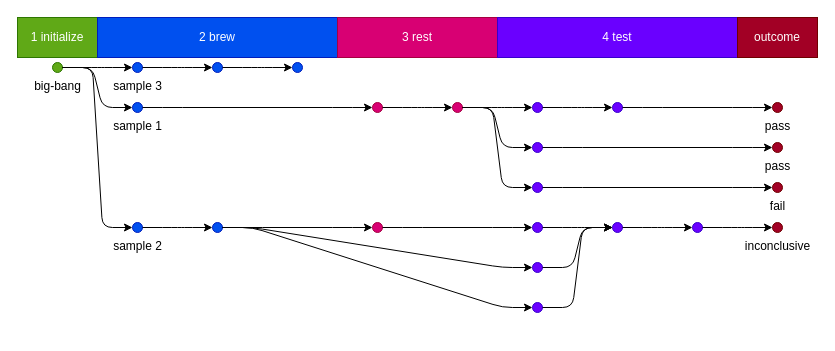
Earlier version of the draw.io diagram tree-from-csv/example/example1.drawio (pauloqueiroga/stage-tree). Source tidied: cells renumbered, new cells numbered last; positions are measured from the earlier drawing's top-left corner, leaving out a move shared by most shapes. Both pictures are drawn from the tidied source at 100%, with x=0, y=0 at pixel (17, 17).
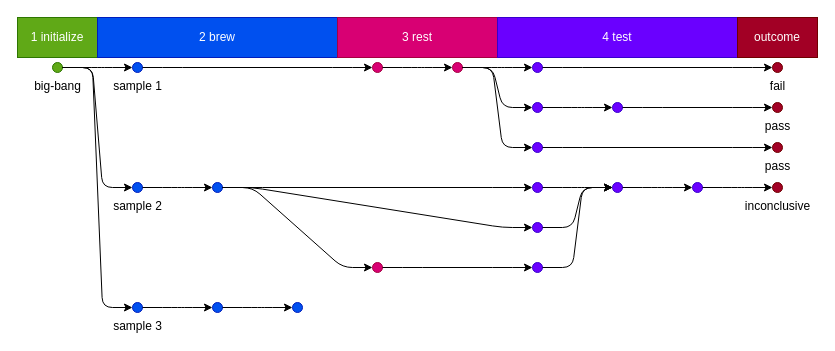
The same diagram, later.

Change to the diagram source:
```diff
@@
-    <mxCell id="2" value="1 initialize" style="whiteSpace=wrap;fontColor=#ffffff;strokeColor=#2D7600;fillColor=#60A917;html=1;" parent="1" vertex="1">
+    <mxCell id="2" value="1 initialize" style="html=1;whiteSpace=wrap;fontColor=#ffffff;fillColor=#60A917;strokeColor=#2D7600;" parent="1" vertex="1">
       <mxGeometry width="80" height="40" as="geometry" />
     </mxCell>
-    <mxCell id="3" value="2 brew" style="whiteSpace=wrap;fontColor=#ffffff;strokeColor=#001DBC;fillColor=#0050ef;html=1;" parent="1" vertex="1">
+    <mxCell id="3" value="2 brew" style="html=1;whiteSpace=wrap;fontColor=#ffffff;strokeColor=#001DBC;fillColor=#0050ef;" parent="1" vertex="1">
       <mxGeometry x="80" width="240" height="40" as="geometry" />
     </mxCell>
-    <mxCell id="4" value="3 rest" style="strokeColor=#A50040;fillColor=#d80073;html=1;whiteSpace=wrap;fontColor=#ffffff;" parent="1" vertex="1">
+    <mxCell id="4" value="3 rest" style="html=1;whiteSpace=wrap;fontColor=#ffffff;strokeColor=#A50040;fillColor=#d80073;" parent="1" vertex="1">
       <mxGeometry x="320" width="160" height="40" as="geometry" />
     </mxCell>
-    <mxCell id="5" value="4 test" style="fontColor=#ffffff;strokeColor=#3700CC;fillColor=#6a00ff;html=1;whiteSpace=wrap;" parent="1" vertex="1">
+    <mxCell id="5" value="4 test" style="html=1;whiteSpace=wrap;fontColor=#ffffff;strokeColor=#3700CC;fillColor=#6a00ff;" parent="1" vertex="1">
       <mxGeometry x="480" width="240" height="40" as="geometry" />
     </mxCell>
@@
-    <mxCell id="7" value="big-bang" style="html=1;labelPosition=center;fontColor=#000000;fillColor=#60A917;ellipse;verticalLabelPosition=bottom;align=center;verticalAlign=top;strokeColor=#2D7600;" parent="1" vertex="1">
+    <mxCell id="7" value="big-bang" style="ellipse;labelPosition=center;align=center;fillColor=#60A917;html=1;verticalLabelPosition=bottom;verticalAlign=top;fontColor=#000000;strokeColor=#2D7600;" parent="1" vertex="1">
       <mxGeometry x="35" y="45" width="10" height="10" as="geometry" />
     </mxCell>
-    <mxCell id="8" value="sample 3" style="verticalAlign=top;fontColor=#000000;strokeColor=#001DBC;fillColor=#0050ef;ellipse;labelPosition=center;align=center;html=1;verticalLabelPosition=bottom;" parent="1" vertex="1">
-      <mxGeometry x="115" y="45" width="10" height="10" as="geometry" />
-    </mxCell>
-    <mxCell id="9" style="verticalLabelPosition=bottom;html=1;align=center;verticalAlign=top;fontColor=#000000;strokeColor=#001DBC;fillColor=#0050ef;ellipse;labelPosition=center;" parent="1" vertex="1">
-      <mxGeometry x="195" y="45" width="10" height="10" as="geometry" />
-    </mxCell>
-    <mxCell id="10" style="verticalLabelPosition=bottom;align=center;verticalAlign=top;fillColor=#0050ef;ellipse;html=1;labelPosition=center;fontColor=#000000;strokeColor=#001DBC;" parent="1" vertex="1">
-      <mxGeometry x="275" y="45" width="10" height="10" as="geometry" />
-    </mxCell>
-    <mxCell id="11" style="edgeStyle=entityRelationEdgeStyle;jettySize=auto;html=1;strokeWidth=1;" parent="1" edge="1" source="9" target="10">
-      <mxGeometry relative="1" as="geometry" />
-    </mxCell>
-    <mxCell id="12" style="strokeWidth=1;edgeStyle=entityRelationEdgeStyle;jettySize=auto;html=1;" parent="1" edge="1" source="8" target="9">
-      <mxGeometry relative="1" as="geometry" />
-    </mxCell>
-    <mxCell id="13" style="edgeStyle=entityRelationEdgeStyle;jettySize=auto;html=1;strokeWidth=1;" parent="1" edge="1" source="7" target="8">
-      <mxGeometry relative="1" as="geometry" />
-    </mxCell>
-    <mxCell id="14" value="sample 1" style="labelPosition=center;html=1;verticalLabelPosition=bottom;align=center;verticalAlign=top;fontColor=#000000;strokeColor=#001DBC;fillColor=#0050ef;ellipse;" parent="1" vertex="1">
-      <mxGeometry x="115" y="85" width="10" height="10" as="geometry" />
+    <mxCell id="14" value="sample 1" style="verticalLabelPosition=bottom;verticalAlign=top;strokeColor=#001DBC;fillColor=#0050ef;ellipse;html=1;labelPosition=center;align=center;fontColor=#000000;" parent="1" vertex="1">
+      <mxGeometry x="115" y="45" width="10" height="10" as="geometry" />
     </mxCell>
-    <mxCell id="15" style="ellipse;labelPosition=center;align=center;verticalAlign=top;fillColor=#d80073;html=1;verticalLabelPosition=bottom;fontColor=#000000;strokeColor=#A50040;" parent="1" vertex="1">
-      <mxGeometry x="355" y="85" width="10" height="10" as="geometry" />
+    <mxCell id="15" style="verticalAlign=top;strokeColor=#A50040;fillColor=#d80073;verticalLabelPosition=bottom;align=center;html=1;labelPosition=center;fontColor=#000000;ellipse;" parent="1" vertex="1">
+      <mxGeometry x="355" y="45" width="10" height="10" as="geometry" />
     </mxCell>
-    <mxCell id="16" style="verticalAlign=top;ellipse;labelPosition=center;align=center;fontColor=#000000;strokeColor=#A50040;fillColor=#d80073;html=1;verticalLabelPosition=bottom;" parent="1" vertex="1">
-      <mxGeometry x="435" y="85" width="10" height="10" as="geometry" />
+    <mxCell id="16" style="verticalAlign=top;strokeColor=#A50040;ellipse;verticalLabelPosition=bottom;align=center;html=1;labelPosition=center;fontColor=#000000;fillColor=#d80073;" parent="1" vertex="1">
+      <mxGeometry x="435" y="45" width="10" height="10" as="geometry" />
     </mxCell>
+    <mxCell id="27" style="ellipse;html=1;labelPosition=center;fontColor=#000000;verticalLabelPosition=bottom;align=center;verticalAlign=top;strokeColor=#3700CC;fillColor=#6a00ff;" parent="1" vertex="1">
+      <mxGeometry x="515" y="45" width="10" height="10" as="geometry" />
+    </mxCell>
+    <mxCell id="28" value="fail" style="labelPosition=center;verticalLabelPosition=bottom;verticalAlign=top;fontColor=#000000;fillColor=#a20025;html=1;align=center;strokeColor=#6F0000;ellipse;" parent="1" vertex="1">
+      <mxGeometry x="755" y="45" width="10" height="10" as="geometry" />
+    </mxCell>
+    <mxCell id="29" style="strokeWidth=1;edgeStyle=entityRelationEdgeStyle;jettySize=auto;html=1;" parent="1" edge="1" source="27" target="28">
+      <mxGeometry relative="1" as="geometry" />
+    </mxCell>
+    <mxCell id="30" style="strokeWidth=1;edgeStyle=entityRelationEdgeStyle;jettySize=auto;html=1;" parent="1" edge="1" source="16" target="27">
+      <mxGeometry relative="1" as="geometry" />
+    </mxCell>
-    <mxCell id="17" style="html=1;labelPosition=center;align=center;fontColor=#000000;strokeColor=#3700CC;fillColor=#6a00ff;ellipse;verticalLabelPosition=bottom;verticalAlign=top;" parent="1" vertex="1">
+    <mxCell id="17" style="verticalAlign=top;fontColor=#000000;ellipse;verticalLabelPosition=bottom;align=center;strokeColor=#3700CC;fillColor=#6a00ff;html=1;labelPosition=center;" parent="1" vertex="1">
       <mxGeometry x="515" y="85" width="10" height="10" as="geometry" />
     </mxCell>
-    <mxCell id="18" style="strokeColor=#3700CC;fillColor=#6a00ff;labelPosition=center;verticalLabelPosition=bottom;html=1;align=center;verticalAlign=top;fontColor=#000000;ellipse;" parent="1" vertex="1">
+    <mxCell id="18" style="ellipse;html=1;labelPosition=center;align=center;fillColor=#6a00ff;verticalLabelPosition=bottom;verticalAlign=top;fontColor=#000000;strokeColor=#3700CC;" parent="1" vertex="1">
       <mxGeometry x="595" y="85" width="10" height="10" as="geometry" />
     </mxCell>
-    <mxCell id="19" value="pass" style="strokeColor=#6F0000;labelPosition=center;verticalLabelPosition=bottom;html=1;align=center;verticalAlign=top;fontColor=#000000;fillColor=#a20025;ellipse;" parent="1" vertex="1">
+    <mxCell id="19" value="pass" style="ellipse;html=1;labelPosition=center;align=center;strokeColor=#6F0000;verticalLabelPosition=bottom;verticalAlign=top;fontColor=#000000;fillColor=#a20025;" parent="1" vertex="1">
       <mxGeometry x="755" y="85" width="10" height="10" as="geometry" />
     </mxCell>
@@
-    <mxCell id="21" style="jettySize=auto;html=1;strokeWidth=1;edgeStyle=entityRelationEdgeStyle;" parent="1" edge="1" source="17" target="18">
+    <mxCell id="21" style="edgeStyle=entityRelationEdgeStyle;jettySize=auto;html=1;strokeWidth=1;" parent="1" edge="1" source="17" target="18">
       <mxGeometry relative="1" as="geometry" />
     </mxCell>
-    <mxCell id="22" style="edgeStyle=entityRelationEdgeStyle;jettySize=auto;html=1;strokeWidth=1;" parent="1" edge="1" source="16" target="17">
+    <mxCell id="22" style="html=1;strokeWidth=1;edgeStyle=entityRelationEdgeStyle;jettySize=auto;" parent="1" edge="1" source="16" target="17">
       <mxGeometry relative="1" as="geometry" />
     </mxCell>
-    <mxCell id="23" style="verticalLabelPosition=bottom;align=center;verticalAlign=top;fillColor=#6a00ff;ellipse;html=1;labelPosition=center;fontColor=#000000;strokeColor=#3700CC;" parent="1" vertex="1">
+    <mxCell id="23" style="fontColor=#000000;html=1;labelPosition=center;verticalLabelPosition=bottom;verticalAlign=top;ellipse;align=center;strokeColor=#3700CC;fillColor=#6a00ff;" parent="1" vertex="1">
       <mxGeometry x="515" y="125" width="10" height="10" as="geometry" />
     </mxCell>
-    <mxCell id="24" value="pass" style="ellipse;align=center;verticalAlign=top;fontColor=#000000;fillColor=#a20025;html=1;labelPosition=center;verticalLabelPosition=bottom;strokeColor=#6F0000;" parent="1" vertex="1">
+    <mxCell id="24" value="pass" style="html=1;verticalAlign=top;ellipse;labelPosition=center;verticalLabelPosition=bottom;align=center;fontColor=#000000;strokeColor=#6F0000;fillColor=#a20025;" parent="1" vertex="1">
       <mxGeometry x="755" y="125" width="10" height="10" as="geometry" />
     </mxCell>
-    <mxCell id="25" style="edgeStyle=entityRelationEdgeStyle;jettySize=auto;html=1;strokeWidth=1;" parent="1" edge="1" source="23" target="24">
+    <mxCell id="25" style="strokeWidth=1;edgeStyle=entityRelationEdgeStyle;jettySize=auto;html=1;" parent="1" edge="1" source="23" target="24">
       <mxGeometry relative="1" as="geometry" />
     </mxCell>
-    <mxCell id="26" style="edgeStyle=entityRelationEdgeStyle;jettySize=auto;html=1;strokeWidth=1;" parent="1" edge="1" source="16" target="23">
+    <mxCell id="26" style="html=1;strokeWidth=1;edgeStyle=entityRelationEdgeStyle;jettySize=auto;" parent="1" edge="1" source="16" target="23">
       <mxGeometry relative="1" as="geometry" />
     </mxCell>
-    <mxCell id="27" style="html=1;labelPosition=center;verticalLabelPosition=bottom;verticalAlign=top;fontColor=#000000;fillColor=#6a00ff;ellipse;strokeColor=#3700CC;align=center;" parent="1" vertex="1">
-      <mxGeometry x="515" y="165" width="10" height="10" as="geometry" />
-    </mxCell>
-    <mxCell id="28" value="fail" style="align=center;fontColor=#000000;strokeColor=#6F0000;ellipse;labelPosition=center;verticalLabelPosition=bottom;html=1;verticalAlign=top;fillColor=#a20025;" parent="1" vertex="1">
-      <mxGeometry x="755" y="165" width="10" height="10" as="geometry" />
-    </mxCell>
-    <mxCell id="29" style="html=1;strokeWidth=1;edgeStyle=entityRelationEdgeStyle;jettySize=auto;" parent="1" edge="1" source="27" target="28">
-      <mxGeometry relative="1" as="geometry" />
-    </mxCell>
-    <mxCell id="30" style="jettySize=auto;html=1;strokeWidth=1;edgeStyle=entityRelationEdgeStyle;" parent="1" edge="1" source="16" target="27">
-      <mxGeometry relative="1" as="geometry" />
-    </mxCell>
-    <mxCell id="31" style="edgeStyle=entityRelationEdgeStyle;jettySize=auto;html=1;strokeWidth=1;" parent="1" edge="1" source="15" target="16">
+    <mxCell id="31" style="strokeWidth=1;edgeStyle=entityRelationEdgeStyle;jettySize=auto;html=1;" parent="1" edge="1" source="15" target="16">
       <mxGeometry relative="1" as="geometry" />
     </mxCell>
-    <mxCell id="32" style="edgeStyle=entityRelationEdgeStyle;jettySize=auto;html=1;strokeWidth=1;" parent="1" edge="1" source="14" target="15">
+    <mxCell id="32" style="html=1;strokeWidth=1;edgeStyle=entityRelationEdgeStyle;jettySize=auto;" parent="1" edge="1" source="14" target="15">
       <mxGeometry relative="1" as="geometry" />
     </mxCell>
-    <mxCell id="33" style="strokeWidth=1;edgeStyle=entityRelationEdgeStyle;jettySize=auto;html=1;" parent="1" edge="1" source="7" target="14">
+    <mxCell id="33" style="edgeStyle=entityRelationEdgeStyle;jettySize=auto;html=1;strokeWidth=1;" parent="1" edge="1" source="7" target="14">
       <mxGeometry relative="1" as="geometry" />
     </mxCell>
-    <mxCell id="34" value="sample 2" style="ellipse;html=1;labelPosition=center;verticalAlign=top;fillColor=#0050ef;verticalLabelPosition=bottom;align=center;fontColor=#000000;strokeColor=#001DBC;" parent="1" vertex="1">
-      <mxGeometry x="115" y="205" width="10" height="10" as="geometry" />
+    <mxCell id="34" value="sample 2" style="labelPosition=center;align=center;strokeColor=#001DBC;fillColor=#0050ef;ellipse;verticalLabelPosition=bottom;verticalAlign=top;fontColor=#000000;html=1;" parent="1" vertex="1">
+      <mxGeometry x="115" y="165" width="10" height="10" as="geometry" />
     </mxCell>
-    <mxCell id="35" style="ellipse;html=1;fillColor=#0050ef;strokeColor=#001DBC;labelPosition=center;verticalLabelPosition=bottom;align=center;verticalAlign=top;fontColor=#000000;" parent="1" vertex="1">
-      <mxGeometry x="195" y="205" width="10" height="10" as="geometry" />
+    <mxCell id="35" style="align=center;verticalAlign=top;strokeColor=#001DBC;fillColor=#0050ef;ellipse;html=1;labelPosition=center;verticalLabelPosition=bottom;fontColor=#000000;" parent="1" vertex="1">
+      <mxGeometry x="195" y="165" width="10" height="10" as="geometry" />
     </mxCell>
-    <mxCell id="36" style="ellipse;labelPosition=center;verticalAlign=top;fontColor=#000000;strokeColor=#A50040;fillColor=#d80073;html=1;verticalLabelPosition=bottom;align=center;" parent="1" vertex="1">
-      <mxGeometry x="355" y="205" width="10" height="10" as="geometry" />
-    </mxCell>
-    <mxCell id="37" style="html=1;verticalAlign=top;fontColor=#000000;strokeColor=#3700CC;fillColor=#6a00ff;ellipse;verticalLabelPosition=bottom;align=center;labelPosition=center;" parent="1" vertex="1">
-      <mxGeometry x="515" y="205" width="10" height="10" as="geometry" />
-    </mxCell>
+    <mxCell id="49" style="verticalLabelPosition=bottom;verticalAlign=top;html=1;labelPosition=center;strokeColor=#3700CC;fillColor=#6a00ff;ellipse;align=center;fontColor=#000000;" parent="1" vertex="1">
+      <mxGeometry x="515" y="165" width="10" height="10" as="geometry" />
+    </mxCell>
-    <mxCell id="38" style="verticalLabelPosition=bottom;align=center;strokeColor=#3700CC;ellipse;labelPosition=center;verticalAlign=top;fontColor=#000000;fillColor=#6a00ff;html=1;" parent="1" vertex="1">
-      <mxGeometry x="595" y="205" width="10" height="10" as="geometry" />
+    <mxCell id="38" style="html=1;labelPosition=center;verticalLabelPosition=bottom;fontColor=#000000;fillColor=#6a00ff;ellipse;align=center;verticalAlign=top;strokeColor=#3700CC;" parent="1" vertex="1">
+      <mxGeometry x="595" y="165" width="10" height="10" as="geometry" />
     </mxCell>
-    <mxCell id="39" style="ellipse;verticalAlign=top;strokeColor=#3700CC;verticalLabelPosition=bottom;align=center;fontColor=#000000;fillColor=#6a00ff;html=1;labelPosition=center;" parent="1" vertex="1">
-      <mxGeometry x="675" y="205" width="10" height="10" as="geometry" />
+    <mxCell id="39" style="align=center;fillColor=#6a00ff;ellipse;html=1;verticalLabelPosition=bottom;verticalAlign=top;fontColor=#000000;strokeColor=#3700CC;labelPosition=center;" parent="1" vertex="1">
+      <mxGeometry x="675" y="165" width="10" height="10" as="geometry" />
     </mxCell>
-    <mxCell id="40" value=" inconclusive" style="labelPosition=center;verticalLabelPosition=bottom;align=center;verticalAlign=top;fontColor=#000000;strokeColor=#6F0000;fillColor=#a20025;ellipse;html=1;" parent="1" vertex="1">
-      <mxGeometry x="755" y="205" width="10" height="10" as="geometry" />
+    <mxCell id="40" value=" inconclusive" style="ellipse;fontColor=#000000;fillColor=#a20025;html=1;labelPosition=center;verticalLabelPosition=bottom;align=center;verticalAlign=top;strokeColor=#6F0000;" parent="1" vertex="1">
+      <mxGeometry x="755" y="165" width="10" height="10" as="geometry" />
     </mxCell>
@@
-    <mxCell id="42" style="strokeWidth=1;edgeStyle=entityRelationEdgeStyle;jettySize=auto;html=1;" parent="1" edge="1" source="38" target="39">
+    <mxCell id="42" style="edgeStyle=entityRelationEdgeStyle;jettySize=auto;html=1;strokeWidth=1;" parent="1" edge="1" source="38" target="39">
       <mxGeometry relative="1" as="geometry" />
     </mxCell>
+    <mxCell id="50" style="jettySize=auto;html=1;strokeWidth=1;edgeStyle=entityRelationEdgeStyle;" parent="1" edge="1" source="49" target="38">
+      <mxGeometry relative="1" as="geometry" />
+    </mxCell>
+    <mxCell id="51" style="html=1;strokeWidth=1;edgeStyle=entityRelationEdgeStyle;jettySize=auto;" parent="1" edge="1" source="35" target="49">
+      <mxGeometry relative="1" as="geometry" />
+    </mxCell>
+    <mxCell id="46" style="strokeColor=#3700CC;html=1;fontColor=#000000;labelPosition=center;verticalLabelPosition=bottom;align=center;verticalAlign=top;fillColor=#6a00ff;ellipse;" parent="1" vertex="1">
+      <mxGeometry x="515" y="205" width="10" height="10" as="geometry" />
+    </mxCell>
+    <mxCell id="47" style="strokeWidth=1;edgeStyle=entityRelationEdgeStyle;jettySize=auto;html=1;" parent="1" edge="1" source="46" target="38">
+      <mxGeometry relative="1" as="geometry" />
+    </mxCell>
+    <mxCell id="48" style="edgeStyle=entityRelationEdgeStyle;jettySize=auto;html=1;strokeWidth=1;" parent="1" edge="1" source="35" target="46">
+      <mxGeometry relative="1" as="geometry" />
+    </mxCell>
+    <mxCell id="36" style="align=center;verticalAlign=top;fontColor=#000000;html=1;labelPosition=center;fillColor=#d80073;ellipse;verticalLabelPosition=bottom;strokeColor=#A50040;" parent="1" vertex="1">
+      <mxGeometry x="355" y="245" width="10" height="10" as="geometry" />
+    </mxCell>
+    <mxCell id="37" style="ellipse;html=1;verticalLabelPosition=bottom;align=center;fontColor=#000000;labelPosition=center;verticalAlign=top;strokeColor=#3700CC;fillColor=#6a00ff;" parent="1" vertex="1">
+      <mxGeometry x="515" y="245" width="10" height="10" as="geometry" />
+    </mxCell>
@@
-    <mxCell id="45" style="edgeStyle=entityRelationEdgeStyle;jettySize=auto;html=1;strokeWidth=1;" parent="1" edge="1" source="35" target="36">
+    <mxCell id="45" style="jettySize=auto;html=1;strokeWidth=1;edgeStyle=entityRelationEdgeStyle;" parent="1" edge="1" source="35" target="36">
       <mxGeometry relative="1" as="geometry" />
     </mxCell>
-    <mxCell id="46" style="ellipse;html=1;labelPosition=center;align=center;verticalAlign=top;fontColor=#000000;fillColor=#6a00ff;verticalLabelPosition=bottom;strokeColor=#3700CC;" parent="1" vertex="1">
-      <mxGeometry x="515" y="245" width="10" height="10" as="geometry" />
-    </mxCell>
-    <mxCell id="47" style="edgeStyle=entityRelationEdgeStyle;jettySize=auto;html=1;strokeWidth=1;" parent="1" edge="1" source="46" target="38">
-      <mxGeometry relative="1" as="geometry" />
-    </mxCell>
-    <mxCell id="48" style="html=1;strokeWidth=1;edgeStyle=entityRelationEdgeStyle;jettySize=auto;" parent="1" edge="1" source="35" target="46">
-      <mxGeometry relative="1" as="geometry" />
-    </mxCell>
-    <mxCell id="49" style="labelPosition=center;verticalLabelPosition=bottom;align=center;verticalAlign=top;fontColor=#000000;ellipse;html=1;strokeColor=#3700CC;fillColor=#6a00ff;" parent="1" vertex="1">
-      <mxGeometry x="515" y="285" width="10" height="10" as="geometry" />
-    </mxCell>
-    <mxCell id="50" style="edgeStyle=entityRelationEdgeStyle;jettySize=auto;html=1;strokeWidth=1;" parent="1" edge="1" source="49" target="38">
-      <mxGeometry relative="1" as="geometry" />
-    </mxCell>
-    <mxCell id="51" style="edgeStyle=entityRelationEdgeStyle;jettySize=auto;html=1;strokeWidth=1;" parent="1" edge="1" source="35" target="49">
-      <mxGeometry relative="1" as="geometry" />
-    </mxCell>
-    <mxCell id="52" style="jettySize=auto;html=1;strokeWidth=1;edgeStyle=entityRelationEdgeStyle;" parent="1" edge="1" source="34" target="35">
+    <mxCell id="52" style="edgeStyle=entityRelationEdgeStyle;jettySize=auto;html=1;strokeWidth=1;" parent="1" edge="1" source="34" target="35">
       <mxGeometry relative="1" as="geometry" />
     </mxCell>
@@
+    <mxCell id="8" value="sample 3" style="labelPosition=center;verticalLabelPosition=bottom;align=center;fontColor=#000000;fillColor=#0050ef;ellipse;html=1;strokeColor=#001DBC;verticalAlign=top;" parent="1" vertex="1">
+      <mxGeometry x="115" y="285" width="10" height="10" as="geometry" />
+    </mxCell>
+    <mxCell id="9" style="verticalLabelPosition=bottom;align=center;fontColor=#000000;strokeColor=#001DBC;ellipse;html=1;labelPosition=center;verticalAlign=top;fillColor=#0050ef;" parent="1" vertex="1">
+      <mxGeometry x="195" y="285" width="10" height="10" as="geometry" />
+    </mxCell>
+    <mxCell id="10" style="fillColor=#0050ef;ellipse;labelPosition=center;verticalLabelPosition=bottom;align=center;verticalAlign=top;fontColor=#000000;html=1;strokeColor=#001DBC;" parent="1" vertex="1">
+      <mxGeometry x="275" y="285" width="10" height="10" as="geometry" />
+    </mxCell>
+    <mxCell id="11" style="jettySize=auto;html=1;strokeWidth=1;edgeStyle=entityRelationEdgeStyle;" parent="1" edge="1" source="9" target="10">
+      <mxGeometry relative="1" as="geometry" />
+    </mxCell>
+    <mxCell id="12" style="edgeStyle=entityRelationEdgeStyle;jettySize=auto;html=1;strokeWidth=1;" parent="1" edge="1" source="8" target="9">
+      <mxGeometry relative="1" as="geometry" />
+    </mxCell>
+    <mxCell id="13" style="edgeStyle=entityRelationEdgeStyle;jettySize=auto;html=1;strokeWidth=1;" parent="1" edge="1" source="7" target="8">
+      <mxGeometry relative="1" as="geometry" />
+    </mxCell>
```
